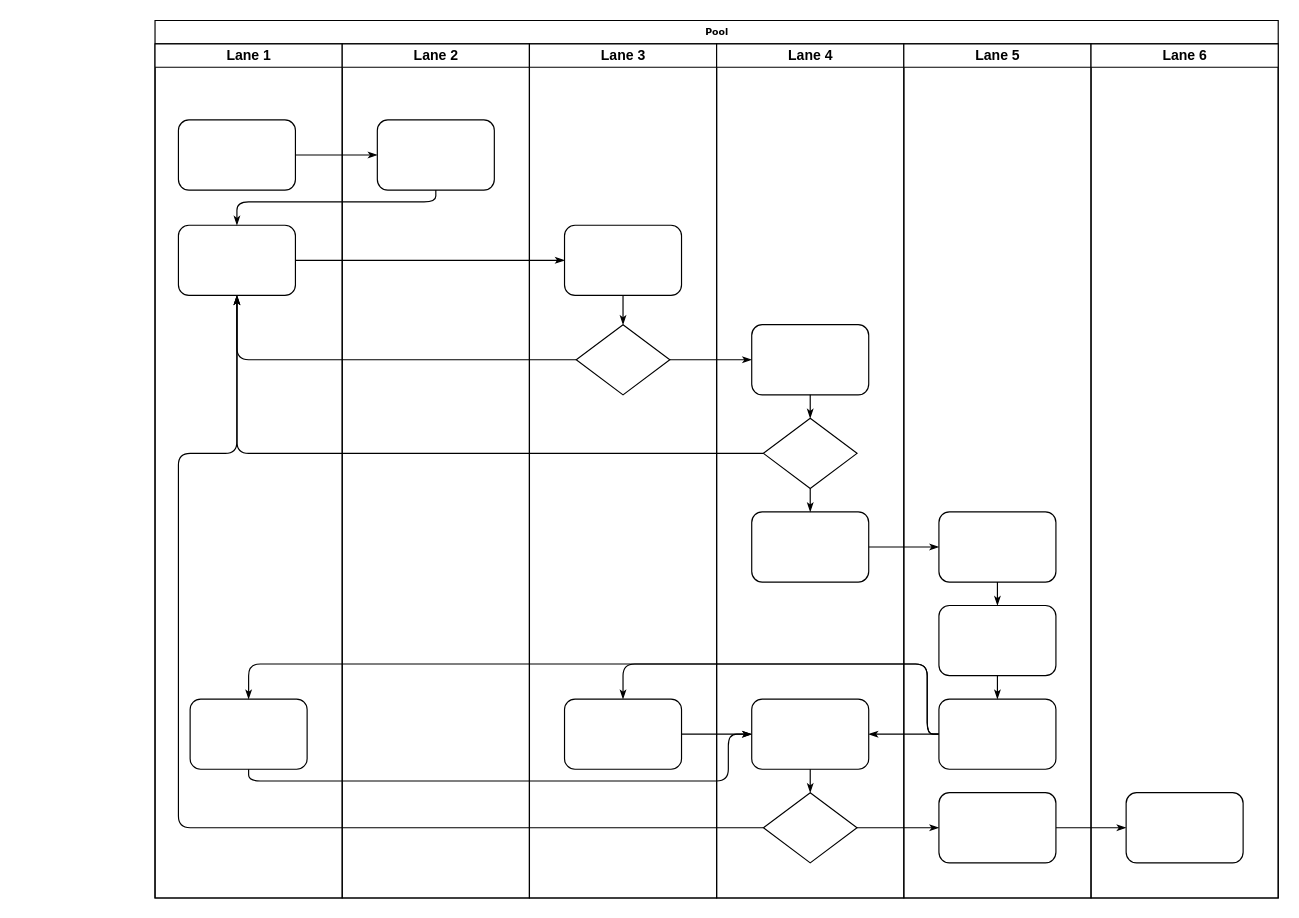
The draw.io diagram 未命名绘图.drawio in Navven/Img, before the edit. Source tidied: cells renumbered, new cells numbered last; positions are measured from the earlier drawing's top-left corner, leaving out a move shared by most shapes. Both pictures are drawn from the tidied source at 117%, with x=0, y=0 at pixel (154, 20).
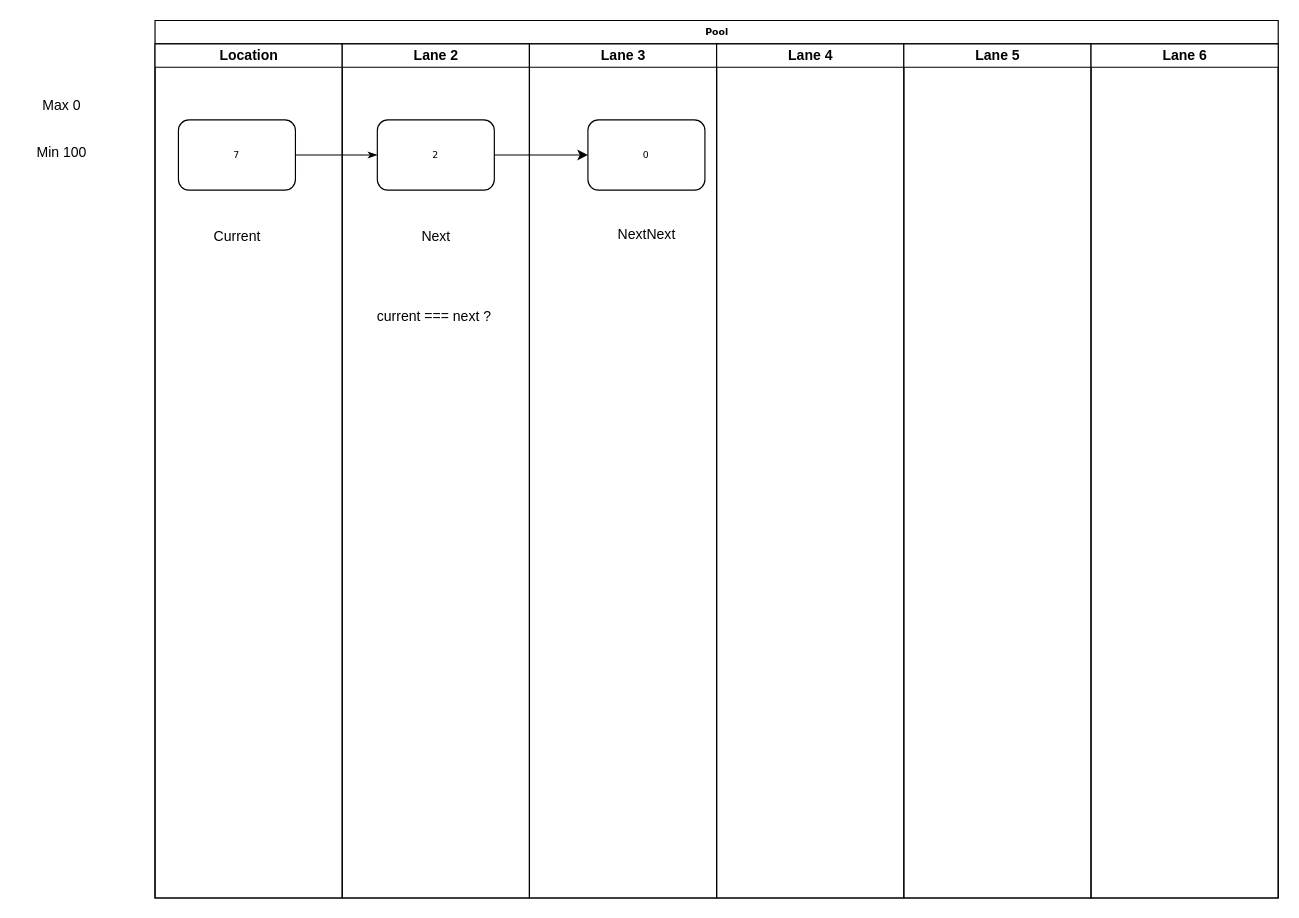
The same page after the edit.

Commit message:
更新未命名绘图.drawio

The change refers to these unchanged cells:
```xml
<mxCell id="2" value="Pool" style="swimlane;html=1;startSize=20;rounded=0;shadow=0;labelBackgroundColor=none;strokeWidth=1;fontFamily=Verdana;fontSize=8;align=center;" parent="1" vertex="1">
  <mxGeometry width="960" height="750" as="geometry" />
</mxCell>
<mxCell id="22" value="Lane 2" style="swimlane;html=1;startSize=20;" parent="2" vertex="1">
  <mxGeometry x="160" y="20" width="160" height="730" as="geometry" />
</mxCell>
<mxCell id="24" value="Lane 3" style="swimlane;html=1;startSize=20;" parent="2" vertex="1">
  <mxGeometry x="320" y="20" width="160" height="730" as="geometry" />
</mxCell>
<mxCell id="29" value="Lane 4" style="swimlane;html=1;startSize=20;" parent="2" vertex="1">
  <mxGeometry x="480" y="20" width="160" height="730" as="geometry" />
</mxCell>
<mxCell id="38" value="Lane 5" style="swimlane;html=1;startSize=20;" parent="2" vertex="1">
  <mxGeometry x="640" y="20" width="160" height="730" as="geometry" />
</mxCell>
<mxCell id="45" value="Lane 6" style="swimlane;html=1;startSize=20;" parent="2" vertex="1">
  <mxGeometry x="800" y="20" width="160" height="730" as="geometry" />
</mxCell>
```

Diff of the diagram source:
```diff
@@
-    <mxCell id="3" value="Lane 1" style="swimlane;html=1;startSize=20;" parent="2" vertex="1">
+    <mxCell id="3" value="Location" style="swimlane;html=1;startSize=20;" parent="2" vertex="1">
       <mxGeometry y="20" width="160" height="730" as="geometry" />
     </mxCell>
-    <mxCell id="4" style="rounded=1;whiteSpace=wrap;html=1;shadow=0;labelBackgroundColor=none;strokeWidth=1;fontFamily=Verdana;fontSize=8;align=center;" parent="3" vertex="1">
+    <mxCell id="4" value="7" style="rounded=1;whiteSpace=wrap;html=1;shadow=0;labelBackgroundColor=none;strokeWidth=1;fontFamily=Verdana;fontSize=8;align=center;" parent="3" vertex="1">
       <mxGeometry x="20" y="65" width="100" height="60" as="geometry" />
     </mxCell>
-    <mxCell id="5" style="rounded=1;whiteSpace=wrap;html=1;shadow=0;labelBackgroundColor=none;strokeWidth=1;fontFamily=Verdana;fontSize=8;align=center;" parent="3" vertex="1">
-      <mxGeometry x="20" y="155" width="100" height="60" as="geometry" />
-    </mxCell>
-    <mxCell id="6" style="rounded=1;whiteSpace=wrap;html=1;shadow=0;labelBackgroundColor=none;strokeWidth=1;fontFamily=Verdana;fontSize=8;align=center;" parent="3" vertex="1">
-      <mxGeometry x="30" y="560" width="100" height="60" as="geometry" />
-    </mxCell>
+    <mxCell id="47" value="Current" style="text;html=1;align=center;verticalAlign=middle;strokeColor=none;fillColor=none;" parent="3" vertex="1">
+      <mxGeometry x="40" y="150" width="60" height="30" as="geometry" />
+    </mxCell>
@@
-    <mxCell id="8" style="edgeStyle=orthogonalEdgeStyle;rounded=1;html=1;labelBackgroundColor=none;startArrow=none;startFill=0;startSize=5;endArrow=classicThin;endFill=1;endSize=5;jettySize=auto;strokeWidth=1;fontFamily=Verdana;fontSize=8;" parent="2" edge="1" source="23" target="5">
-      <mxGeometry relative="1" as="geometry">
-        <Array as="points">
-          <mxPoint x="240" y="155" />
-          <mxPoint x="70" y="155" />
-        </Array>
-      </mxGeometry>
-    </mxCell>
-    <mxCell id="9" style="edgeStyle=orthogonalEdgeStyle;rounded=1;html=1;labelBackgroundColor=none;startArrow=none;startFill=0;startSize=5;endArrow=classicThin;endFill=1;endSize=5;jettySize=auto;strokeWidth=1;fontFamily=Verdana;fontSize=8;" parent="2" edge="1" source="5" target="25">
-      <mxGeometry relative="1" as="geometry" />
-    </mxCell>
-    <mxCell id="10" style="edgeStyle=orthogonalEdgeStyle;rounded=1;html=1;labelBackgroundColor=none;startArrow=none;startFill=0;startSize=5;endArrow=classicThin;endFill=1;endSize=5;jettySize=auto;strokeWidth=1;fontFamily=Verdana;fontSize=8;" parent="2" edge="1" source="26" target="5">
-      <mxGeometry relative="1" as="geometry" />
-    </mxCell>
-    <mxCell id="11" style="edgeStyle=orthogonalEdgeStyle;rounded=1;html=1;labelBackgroundColor=none;startArrow=none;startFill=0;startSize=5;endArrow=classicThin;endFill=1;endSize=5;jettySize=auto;strokeWidth=1;fontFamily=Verdana;fontSize=8;" parent="2" edge="1" source="31" target="5">
-      <mxGeometry relative="1" as="geometry" />
-    </mxCell>
-    <mxCell id="12" style="edgeStyle=orthogonalEdgeStyle;rounded=1;html=1;labelBackgroundColor=none;startArrow=none;startFill=0;startSize=5;endArrow=classicThin;endFill=1;endSize=5;jettySize=auto;strokeWidth=1;fontFamily=Verdana;fontSize=8;" parent="2" edge="1" source="34" target="5">
-      <mxGeometry relative="1" as="geometry">
-        <Array as="points">
-          <mxPoint x="20" y="690" />
-          <mxPoint x="20" y="370" />
-          <mxPoint x="70" y="370" />
-        </Array>
-      </mxGeometry>
-    </mxCell>
-    <mxCell id="13" style="edgeStyle=orthogonalEdgeStyle;rounded=1;html=1;labelBackgroundColor=none;startArrow=none;startFill=0;startSize=5;endArrow=classicThin;endFill=1;endSize=5;jettySize=auto;strokeWidth=1;fontFamily=Verdana;fontSize=8;" parent="2" edge="1" source="26" target="30">
-      <mxGeometry relative="1" as="geometry" />
-    </mxCell>
-    <mxCell id="14" style="edgeStyle=orthogonalEdgeStyle;rounded=1;html=1;labelBackgroundColor=none;startArrow=none;startFill=0;startSize=5;endArrow=classicThin;endFill=1;endSize=5;jettySize=auto;strokeWidth=1;fontFamily=Verdana;fontSize=8;" parent="2" edge="1" source="34" target="42">
-      <mxGeometry relative="1" as="geometry" />
-    </mxCell>
-    <mxCell id="15" style="edgeStyle=orthogonalEdgeStyle;rounded=1;html=1;labelBackgroundColor=none;startArrow=none;startFill=0;startSize=5;endArrow=classicThin;endFill=1;endSize=5;jettySize=auto;strokeWidth=1;fontFamily=Verdana;fontSize=8;" parent="2" edge="1" source="42" target="46">
-      <mxGeometry relative="1" as="geometry" />
-    </mxCell>
-    <mxCell id="16" style="edgeStyle=orthogonalEdgeStyle;rounded=1;html=1;labelBackgroundColor=none;startArrow=none;startFill=0;startSize=5;endArrow=classicThin;endFill=1;endSize=5;jettySize=auto;strokeWidth=1;fontFamily=Verdana;fontSize=8;" parent="2" edge="1" source="32" target="39">
-      <mxGeometry relative="1" as="geometry" />
-    </mxCell>
-    <mxCell id="17" style="edgeStyle=orthogonalEdgeStyle;rounded=1;html=1;labelBackgroundColor=none;startArrow=none;startFill=0;startSize=5;endArrow=classicThin;endFill=1;endSize=5;jettySize=auto;strokeWidth=1;fontFamily=Verdana;fontSize=8;" parent="2" edge="1" source="41" target="27">
-      <mxGeometry relative="1" as="geometry">
-        <Array as="points">
-          <mxPoint x="660" y="610" />
-          <mxPoint x="660" y="550" />
-          <mxPoint x="400" y="550" />
-        </Array>
-      </mxGeometry>
-    </mxCell>
-    <mxCell id="18" style="edgeStyle=orthogonalEdgeStyle;rounded=1;html=1;labelBackgroundColor=none;startArrow=none;startFill=0;startSize=5;endArrow=classicThin;endFill=1;endSize=5;jettySize=auto;strokeColor=#000000;strokeWidth=1;fontFamily=Verdana;fontSize=8;fontColor=#000000;" parent="2" edge="1" source="41" target="33">
-      <mxGeometry relative="1" as="geometry" />
-    </mxCell>
-    <mxCell id="19" style="edgeStyle=orthogonalEdgeStyle;rounded=1;html=1;labelBackgroundColor=none;startArrow=none;startFill=0;startSize=5;endArrow=classicThin;endFill=1;endSize=5;jettySize=auto;strokeWidth=1;fontFamily=Verdana;fontSize=8;" parent="2" edge="1" source="41" target="6">
-      <mxGeometry relative="1" as="geometry">
-        <Array as="points">
-          <mxPoint x="660" y="610" />
-          <mxPoint x="660" y="550" />
-          <mxPoint x="80" y="550" />
-        </Array>
-      </mxGeometry>
-    </mxCell>
-    <mxCell id="20" style="edgeStyle=orthogonalEdgeStyle;rounded=1;html=1;labelBackgroundColor=none;startArrow=none;startFill=0;startSize=5;endArrow=classicThin;endFill=1;endSize=5;jettySize=auto;strokeWidth=1;fontFamily=Verdana;fontSize=8;" parent="2" edge="1" source="6" target="33">
-      <mxGeometry relative="1" as="geometry">
-        <Array as="points">
-          <mxPoint x="80" y="650" />
-          <mxPoint x="490" y="650" />
-          <mxPoint x="490" y="610" />
-        </Array>
-      </mxGeometry>
-    </mxCell>
-    <mxCell id="21" style="edgeStyle=orthogonalEdgeStyle;rounded=1;html=1;labelBackgroundColor=none;startArrow=none;startFill=0;startSize=5;endArrow=classicThin;endFill=1;endSize=5;jettySize=auto;strokeWidth=1;fontFamily=Verdana;fontSize=8;" parent="2" edge="1" source="27" target="33">
-      <mxGeometry relative="1" as="geometry" />
-    </mxCell>
@@
-    <mxCell id="23" style="rounded=1;whiteSpace=wrap;html=1;shadow=0;labelBackgroundColor=none;strokeWidth=1;fontFamily=Verdana;fontSize=8;align=center;" parent="22" vertex="1">
+    <mxCell id="23" value="2" style="rounded=1;whiteSpace=wrap;html=1;shadow=0;labelBackgroundColor=none;strokeWidth=1;fontFamily=Verdana;fontSize=8;align=center;" parent="22" vertex="1">
       <mxGeometry x="30" y="65" width="100" height="60" as="geometry" />
     </mxCell>
+    <mxCell id="48" value="Next" style="text;html=1;align=center;verticalAlign=middle;strokeColor=none;fillColor=none;" parent="22" vertex="1">
+      <mxGeometry x="55" y="150" width="50" height="30" as="geometry" />
+    </mxCell>
+    <mxCell id="49" value="current === next ?&amp;nbsp;" style="text;html=1;align=center;verticalAlign=middle;strokeColor=none;fillColor=none;" parent="22" vertex="1">
+      <mxGeometry x="20" y="218" width="120" height="30" as="geometry" />
+    </mxCell>
@@
-    <mxCell id="25" style="rounded=1;whiteSpace=wrap;html=1;shadow=0;labelBackgroundColor=none;strokeWidth=1;fontFamily=Verdana;fontSize=8;align=center;" parent="24" vertex="1">
-      <mxGeometry x="30" y="155" width="100" height="60" as="geometry" />
-    </mxCell>
-    <mxCell id="26" style="rhombus;whiteSpace=wrap;html=1;rounded=0;shadow=0;labelBackgroundColor=none;strokeWidth=1;fontFamily=Verdana;fontSize=8;align=center;" parent="24" vertex="1">
-      <mxGeometry x="40" y="240" width="80" height="60" as="geometry" />
-    </mxCell>
-    <mxCell id="27" style="rounded=1;whiteSpace=wrap;html=1;shadow=0;labelBackgroundColor=none;strokeWidth=1;fontFamily=Verdana;fontSize=8;align=center;" parent="24" vertex="1">
-      <mxGeometry x="30" y="560" width="100" height="60" as="geometry" />
-    </mxCell>
-    <mxCell id="28" style="edgeStyle=orthogonalEdgeStyle;rounded=1;html=1;labelBackgroundColor=none;startArrow=none;startFill=0;startSize=5;endArrow=classicThin;endFill=1;endSize=5;jettySize=auto;strokeWidth=1;fontFamily=Verdana;fontSize=8;" parent="24" edge="1" source="25" target="26">
-      <mxGeometry relative="1" as="geometry" />
-    </mxCell>
+    <mxCell id="50" value="0" style="rounded=1;whiteSpace=wrap;html=1;shadow=0;labelBackgroundColor=none;strokeWidth=1;fontFamily=Verdana;fontSize=8;align=center;" parent="24" vertex="1">
+      <mxGeometry x="50" y="65" width="100" height="60" as="geometry" />
+    </mxCell>
+    <mxCell id="51" value="NextNext" style="text;html=1;align=center;verticalAlign=middle;strokeColor=none;fillColor=none;" parent="24" vertex="1">
+      <mxGeometry x="65" y="148" width="70" height="30" as="geometry" />
+    </mxCell>
@@
-    <mxCell id="30" style="rounded=1;whiteSpace=wrap;html=1;shadow=0;labelBackgroundColor=none;strokeWidth=1;fontFamily=Verdana;fontSize=8;align=center;" parent="29" vertex="1">
-      <mxGeometry x="30" y="240" width="100" height="60" as="geometry" />
-    </mxCell>
-    <mxCell id="31" style="rhombus;whiteSpace=wrap;html=1;rounded=0;shadow=0;labelBackgroundColor=none;strokeWidth=1;fontFamily=Verdana;fontSize=8;align=center;" parent="29" vertex="1">
-      <mxGeometry x="40" y="320" width="80" height="60" as="geometry" />
-    </mxCell>
-    <mxCell id="32" style="rounded=1;whiteSpace=wrap;html=1;shadow=0;labelBackgroundColor=none;strokeWidth=1;fontFamily=Verdana;fontSize=8;align=center;" parent="29" vertex="1">
-      <mxGeometry x="30" y="400" width="100" height="60" as="geometry" />
-    </mxCell>
-    <mxCell id="33" style="rounded=1;whiteSpace=wrap;html=1;shadow=0;labelBackgroundColor=none;strokeWidth=1;fontFamily=Verdana;fontSize=8;align=center;" parent="29" vertex="1">
-      <mxGeometry x="30" y="560" width="100" height="60" as="geometry" />
-    </mxCell>
-    <mxCell id="34" style="rhombus;whiteSpace=wrap;html=1;rounded=0;shadow=0;labelBackgroundColor=none;strokeWidth=1;fontFamily=Verdana;fontSize=8;align=center;" parent="29" vertex="1">
-      <mxGeometry x="40" y="640" width="80" height="60" as="geometry" />
-    </mxCell>
-    <mxCell id="35" style="edgeStyle=orthogonalEdgeStyle;rounded=1;html=1;labelBackgroundColor=none;startArrow=none;startFill=0;startSize=5;endArrow=classicThin;endFill=1;endSize=5;jettySize=auto;strokeColor=#000000;strokeWidth=1;fontFamily=Verdana;fontSize=8;fontColor=#000000;" parent="29" edge="1" source="30" target="31">
-      <mxGeometry relative="1" as="geometry" />
-    </mxCell>
-    <mxCell id="36" style="edgeStyle=orthogonalEdgeStyle;rounded=1;html=1;labelBackgroundColor=none;startArrow=none;startFill=0;startSize=5;endArrow=classicThin;endFill=1;endSize=5;jettySize=auto;strokeWidth=1;fontFamily=Verdana;fontSize=8;" parent="29" edge="1" source="31" target="32">
-      <mxGeometry relative="1" as="geometry" />
-    </mxCell>
-    <mxCell id="37" style="edgeStyle=orthogonalEdgeStyle;rounded=1;html=1;labelBackgroundColor=none;startArrow=none;startFill=0;startSize=5;endArrow=classicThin;endFill=1;endSize=5;jettySize=auto;strokeWidth=1;fontFamily=Verdana;fontSize=8;" parent="29" edge="1" source="33" target="34">
-      <mxGeometry relative="1" as="geometry" />
-    </mxCell>
@@
-    <mxCell id="39" style="rounded=1;whiteSpace=wrap;html=1;shadow=0;labelBackgroundColor=none;strokeWidth=1;fontFamily=Verdana;fontSize=8;align=center;" parent="38" vertex="1">
-      <mxGeometry x="30" y="400" width="100" height="60" as="geometry" />
-    </mxCell>
-    <mxCell id="40" style="rounded=1;whiteSpace=wrap;html=1;shadow=0;labelBackgroundColor=none;strokeWidth=1;fontFamily=Verdana;fontSize=8;align=center;" parent="38" vertex="1">
-      <mxGeometry x="30" y="480" width="100" height="60" as="geometry" />
-    </mxCell>
-    <mxCell id="41" style="rounded=1;whiteSpace=wrap;html=1;shadow=0;labelBackgroundColor=none;strokeWidth=1;fontFamily=Verdana;fontSize=8;align=center;" parent="38" vertex="1">
-      <mxGeometry x="30" y="560" width="100" height="60" as="geometry" />
-    </mxCell>
-    <mxCell id="42" style="rounded=1;whiteSpace=wrap;html=1;shadow=0;labelBackgroundColor=none;strokeWidth=1;fontFamily=Verdana;fontSize=8;align=center;" parent="38" vertex="1">
-      <mxGeometry x="30" y="640" width="100" height="60" as="geometry" />
-    </mxCell>
-    <mxCell id="43" style="edgeStyle=orthogonalEdgeStyle;rounded=1;html=1;labelBackgroundColor=none;startArrow=none;startFill=0;startSize=5;endArrow=classicThin;endFill=1;endSize=5;jettySize=auto;strokeWidth=1;fontFamily=Verdana;fontSize=8;" parent="38" edge="1" source="39" target="40">
-      <mxGeometry relative="1" as="geometry" />
-    </mxCell>
-    <mxCell id="44" style="edgeStyle=orthogonalEdgeStyle;rounded=1;html=1;labelBackgroundColor=none;startArrow=none;startFill=0;startSize=5;endArrow=classicThin;endFill=1;endSize=5;jettySize=auto;strokeWidth=1;fontFamily=Verdana;fontSize=8;" parent="38" edge="1" source="40" target="41">
-      <mxGeometry relative="1" as="geometry" />
-    </mxCell>
@@
-    <mxCell id="46" style="rounded=1;whiteSpace=wrap;html=1;shadow=0;labelBackgroundColor=none;strokeWidth=1;fontFamily=Verdana;fontSize=8;align=center;" parent="45" vertex="1">
-      <mxGeometry x="30" y="640" width="100" height="60" as="geometry" />
-    </mxCell>
+    <mxCell id="52" style="edgeStyle=orthogonalEdgeStyle;rounded=0;jettySize=auto;html=1;" parent="2" edge="1" source="23" target="50">
+      <mxGeometry relative="1" as="geometry" />
+    </mxCell>
+    <mxCell id="53" value="Max 0" style="text;html=1;align=center;verticalAlign=middle;strokeColor=none;fillColor=none;" parent="1" vertex="1">
+      <mxGeometry x="-110" y="58" width="60" height="30" as="geometry" />
+    </mxCell>
+    <mxCell id="54" value="Min 100" style="text;html=1;align=center;verticalAlign=middle;strokeColor=none;fillColor=none;" parent="1" vertex="1">
+      <mxGeometry x="-115" y="98" width="70" height="30" as="geometry" />
+    </mxCell>
```
